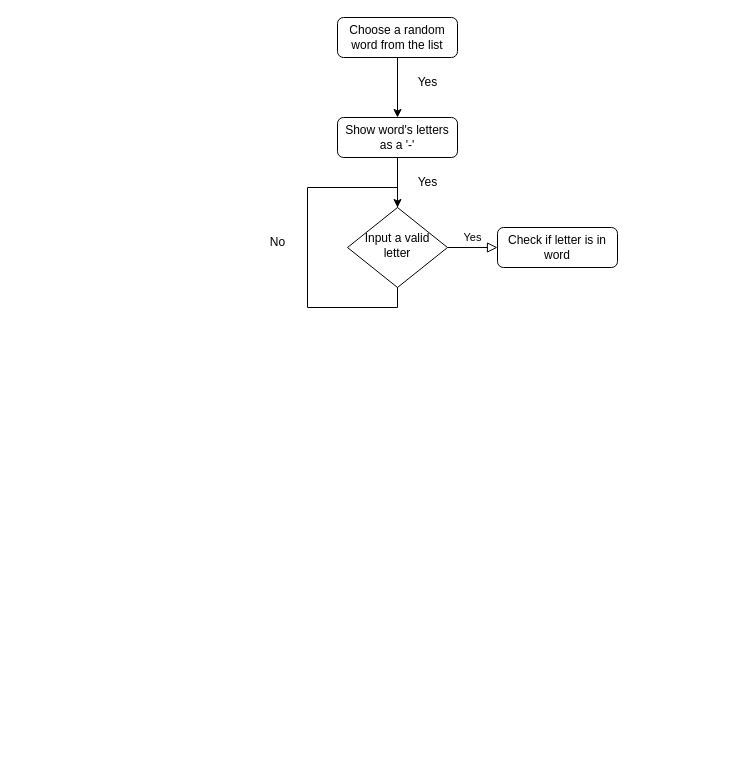
robertgilmartin/Python-Courses keeps this draw.io diagram as Python_bases/Session5/Diagrama sin título.drawio. Above is the earlier version. Source tidied: cells renumbered, new cells numbered last; positions are measured from the earlier drawing's top-left corner, leaving out a move shared by most shapes. Both pictures are drawn from the tidied source at 100%, with x=0, y=0 at pixel (257, 17).
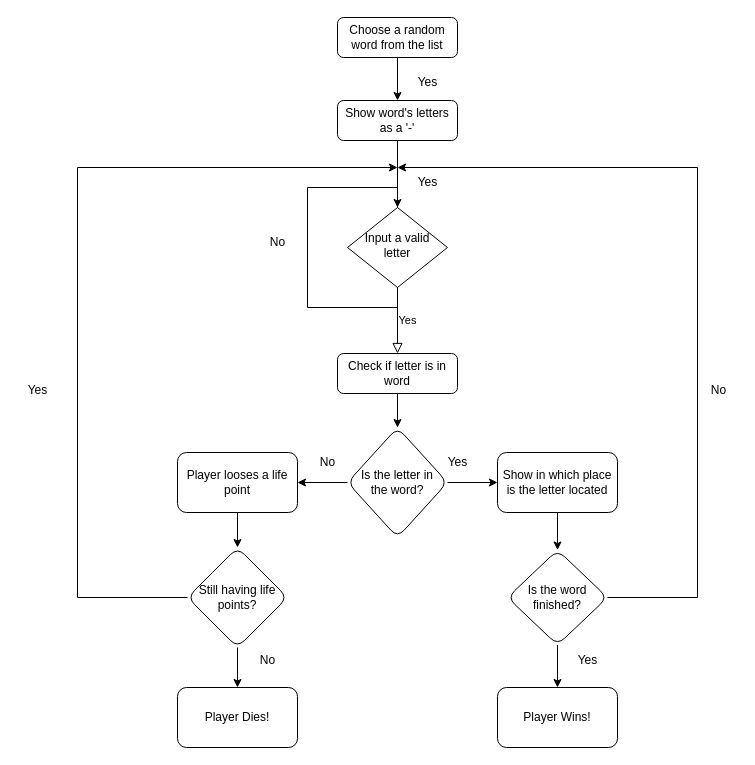
The same diagram, later.

Commit message (it also covers changes not shown here):
Actualizar Diagrama

What changed in the source:
```diff
@@
+    <mxCell id="13" style="edgeStyle=orthogonalEdgeStyle;rounded=0;jettySize=auto;html=1;" parent="1" edge="1" source="7" target="16">
+      <mxGeometry relative="1" as="geometry" />
+    </mxCell>
     <mxCell id="7" value="Check if letter is in word" style="rounded=1;whiteSpace=wrap;html=1;fontSize=12;glass=0;strokeWidth=1;shadow=0;" parent="1" vertex="1">
-      <mxGeometry x="240" y="210" width="120" height="40" as="geometry" />
+      <mxGeometry x="80" y="336" width="120" height="40" as="geometry" />
     </mxCell>
@@
     <mxCell id="9" value="Show word's letters as a '-'" style="whiteSpace=wrap;html=1;rounded=1;glass=0;strokeWidth=1;shadow=0;" parent="1" vertex="1">
-      <mxGeometry x="80" y="100" width="120" height="40" as="geometry" />
+      <mxGeometry x="80" y="83" width="120" height="40" as="geometry" />
     </mxCell>
@@
+    <mxCell id="14" style="edgeStyle=orthogonalEdgeStyle;rounded=0;jettySize=auto;html=1;" parent="1" edge="1" source="16" target="18">
+      <mxGeometry relative="1" as="geometry" />
+    </mxCell>
+    <mxCell id="15" style="edgeStyle=orthogonalEdgeStyle;rounded=0;jettySize=auto;html=1;" parent="1" edge="1" source="16" target="20">
+      <mxGeometry relative="1" as="geometry" />
+    </mxCell>
+    <mxCell id="16" value="Is the letter in &lt;br&gt;the word?" style="rhombus;whiteSpace=wrap;html=1;rounded=1;glass=0;strokeWidth=1;shadow=0;" parent="1" vertex="1">
+      <mxGeometry x="90" y="410" width="100" height="110" as="geometry" />
+    </mxCell>
+    <mxCell id="17" style="edgeStyle=orthogonalEdgeStyle;rounded=0;jettySize=auto;html=1;" parent="1" edge="1" source="18" target="25">
+      <mxGeometry relative="1" as="geometry" />
+    </mxCell>
+    <mxCell id="18" value="Player looses a life point" style="whiteSpace=wrap;html=1;rounded=1;glass=0;strokeWidth=1;shadow=0;" parent="1" vertex="1">
+      <mxGeometry x="-80" y="435" width="120" height="60" as="geometry" />
+    </mxCell>
+    <mxCell id="19" style="edgeStyle=orthogonalEdgeStyle;rounded=0;jettySize=auto;html=1;" parent="1" edge="1" source="20" target="30">
+      <mxGeometry relative="1" as="geometry" />
+    </mxCell>
+    <mxCell id="20" value="Show in which place is the letter located" style="whiteSpace=wrap;html=1;rounded=1;glass=0;strokeWidth=1;shadow=0;" parent="1" vertex="1">
+      <mxGeometry x="240" y="435" width="120" height="60" as="geometry" />
+    </mxCell>
+    <mxCell id="21" value="No" style="text;html=1;align=center;verticalAlign=middle;strokeColor=none;fillColor=none;" parent="1" vertex="1">
+      <mxGeometry x="50" y="430" width="40" height="30" as="geometry" />
+    </mxCell>
+    <mxCell id="22" value="Yes" style="text;html=1;align=center;verticalAlign=middle;strokeColor=none;fillColor=none;" parent="1" vertex="1">
+      <mxGeometry x="180" y="430" width="40" height="30" as="geometry" />
+    </mxCell>
+    <mxCell id="23" style="edgeStyle=orthogonalEdgeStyle;rounded=0;jettySize=auto;html=1;" parent="1" edge="1" source="25" target="26">
+      <mxGeometry relative="1" as="geometry" />
+    </mxCell>
+    <mxCell id="24" style="edgeStyle=orthogonalEdgeStyle;rounded=0;jettySize=auto;html=1;" parent="1" edge="1" source="25">
+      <mxGeometry relative="1" as="geometry">
+        <mxPoint x="140" y="150" as="targetPoint" />
+        <Array as="points">
+          <mxPoint x="-180" y="580" />
+          <mxPoint x="-180" y="150" />
+        </Array>
+      </mxGeometry>
+    </mxCell>
+    <mxCell id="25" value="Still having life points?" style="rhombus;whiteSpace=wrap;html=1;rounded=1;glass=0;strokeWidth=1;shadow=0;" parent="1" vertex="1">
+      <mxGeometry x="-70" y="530" width="100" height="100" as="geometry" />
+    </mxCell>
+    <mxCell id="26" value="Player Dies!" style="whiteSpace=wrap;html=1;rounded=1;glass=0;strokeWidth=1;shadow=0;" parent="1" vertex="1">
+      <mxGeometry x="-80" y="670" width="120" height="60" as="geometry" />
+    </mxCell>
+    <mxCell id="27" value="No" style="text;html=1;align=center;verticalAlign=middle;strokeColor=none;fillColor=none;" parent="1" vertex="1">
+      <mxGeometry x="-10" y="627.5" width="40" height="30" as="geometry" />
+    </mxCell>
+    <mxCell id="28" style="edgeStyle=orthogonalEdgeStyle;rounded=0;jettySize=auto;html=1;" parent="1" edge="1" source="30" target="31">
+      <mxGeometry relative="1" as="geometry" />
+    </mxCell>
+    <mxCell id="29" style="edgeStyle=orthogonalEdgeStyle;rounded=0;jettySize=auto;html=1;" parent="1" edge="1" source="30">
+      <mxGeometry relative="1" as="geometry">
+        <mxPoint x="140" y="150" as="targetPoint" />
+        <Array as="points">
+          <mxPoint x="440" y="580" />
+          <mxPoint x="440" y="150" />
+        </Array>
+      </mxGeometry>
+    </mxCell>
+    <mxCell id="30" value="Is the word finished?" style="rhombus;whiteSpace=wrap;html=1;rounded=1;glass=0;strokeWidth=1;shadow=0;" parent="1" vertex="1">
+      <mxGeometry x="250" y="532.5" width="100" height="95" as="geometry" />
+    </mxCell>
+    <mxCell id="31" value="Player Wins!" style="whiteSpace=wrap;html=1;rounded=1;glass=0;strokeWidth=1;shadow=0;" parent="1" vertex="1">
+      <mxGeometry x="240" y="670" width="120" height="60" as="geometry" />
+    </mxCell>
+    <mxCell id="32" value="Yes" style="text;html=1;align=center;verticalAlign=middle;strokeColor=none;fillColor=none;" parent="1" vertex="1">
+      <mxGeometry x="310" y="627.5" width="40" height="30" as="geometry" />
+    </mxCell>
+    <mxCell id="33" value="Yes" style="text;html=1;align=center;verticalAlign=middle;strokeColor=none;fillColor=none;" parent="1" vertex="1">
+      <mxGeometry x="-240" y="358" width="40" height="30" as="geometry" />
+    </mxCell>
+    <mxCell id="34" value="No" style="text;html=1;align=center;verticalAlign=middle;strokeColor=none;fillColor=none;" parent="1" vertex="1">
+      <mxGeometry x="441" y="358" width="40" height="30" as="geometry" />
+    </mxCell>
```
